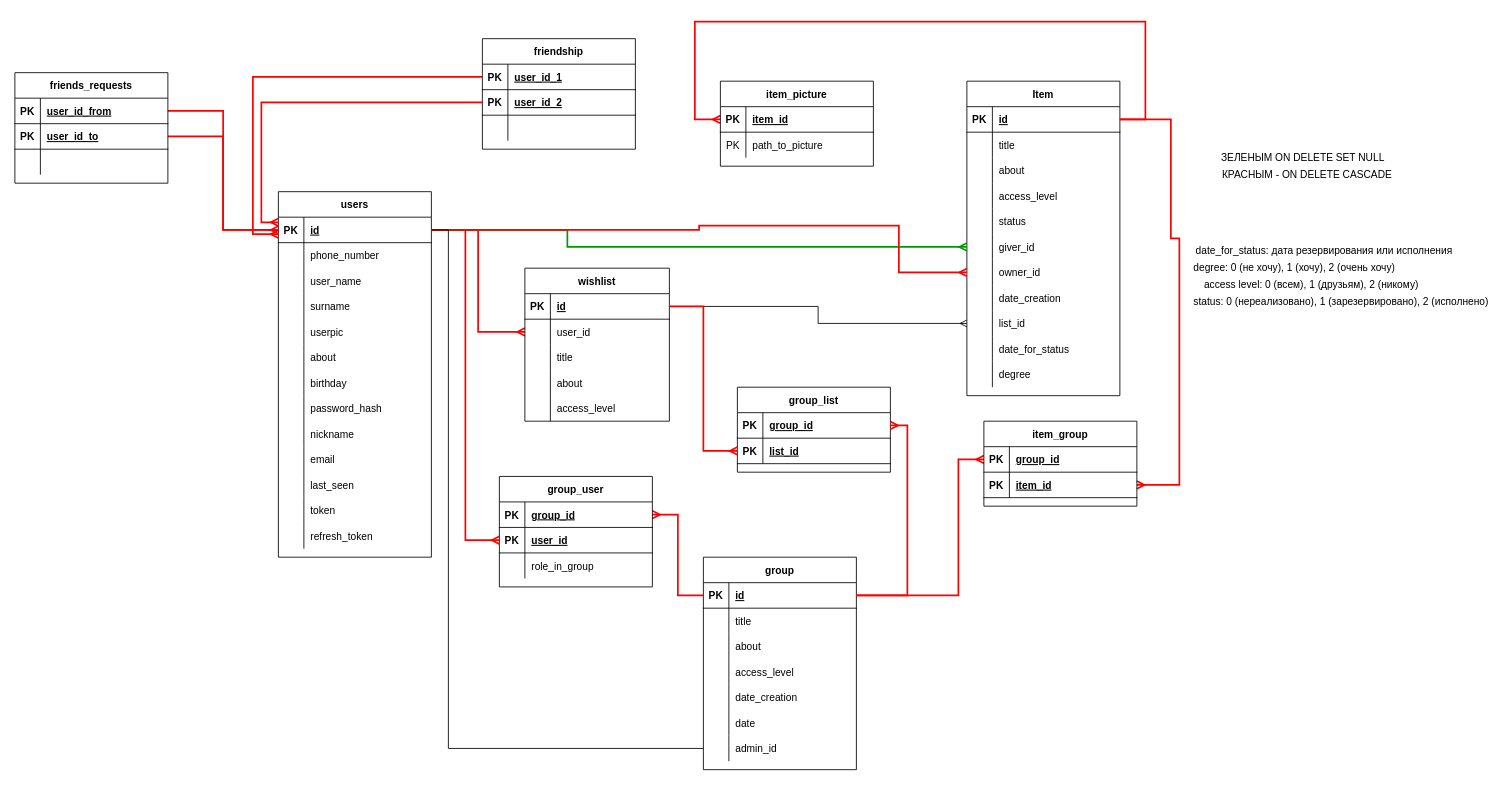
Before: other/ER_wishlist.drawio in johuex/wishlist_GQL, a draw.io diagram. Source tidied: cells renumbered, new cells numbered last; positions are measured from the earlier drawing's top-left corner, leaving out a move shared by most shapes. Both pictures are drawn from the tidied source at 85%, with x=0, y=0 at pixel (14, 21).
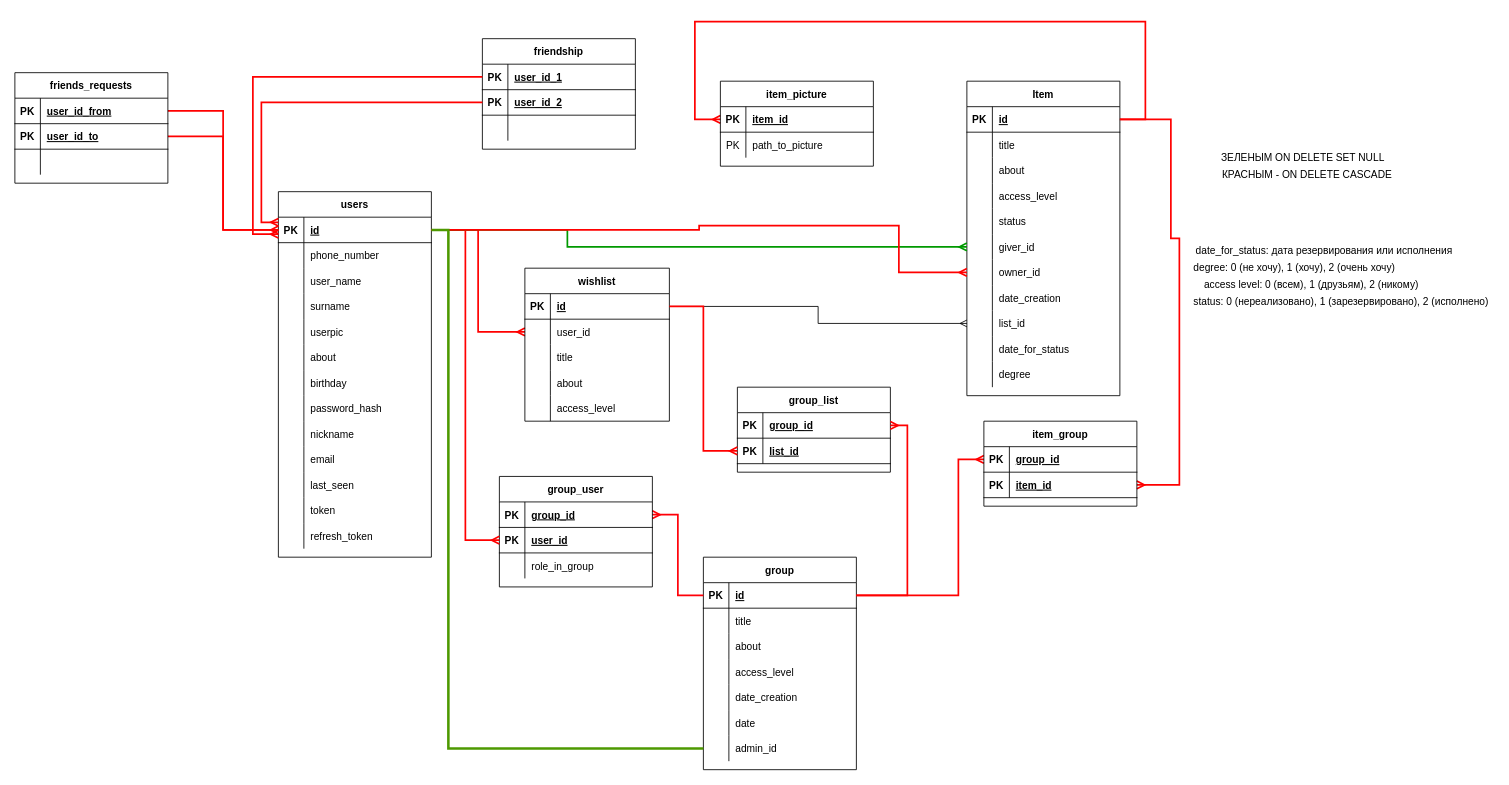
Above is the later version.

Unchanged cells that the change refers to:
```xml
<mxCell id="3" style="shape=partialRectangle;fillColor=none;top=0;left=0;bottom=1;right=0;points=[[0,0.5],[1,0.5]];portConstraint=eastwest;" parent="2" vertex="1">
  <mxGeometry y="30" width="180" height="30" as="geometry" />
</mxCell>
<mxCell id="62" style="shape=partialRectangle;fillColor=none;top=0;left=0;bottom=0;right=0;points=[[0,0.5],[1,0.5]];portConstraint=eastwest;" parent="43" vertex="1">
  <mxGeometry y="210" width="180" height="30" as="geometry" />
</mxCell>
```

What changed in the source:
```diff
@@
-    <mxCell id="184" style="edgeStyle=orthogonalEdgeStyle;rounded=0;jettySize=auto;html=1;exitX=0;exitY=0.5;exitDx=0;exitDy=0;entryX=1;entryY=0.5;entryDx=0;entryDy=0;endArrow=none;endFill=0;fillColor=#e1d5e7;strokeWidth=1;" parent="1" edge="1" source="62" target="3">
+    <mxCell id="184" style="edgeStyle=orthogonalEdgeStyle;rounded=0;jettySize=auto;html=1;exitX=0;exitY=0.5;exitDx=0;exitDy=0;entryX=1;entryY=0.5;entryDx=0;entryDy=0;endArrow=none;endFill=0;fillColor=#d5e8d4;strokeWidth=3;strokeColor=#4D9900;" parent="1" edge="1" source="62" target="3">
       <mxGeometry relative="1" as="geometry">
         <Array as="points">
           <mxPoint x="510" y="855" />
           <mxPoint x="510" y="245" />
         </Array>
       </mxGeometry>
     </mxCell>
```
